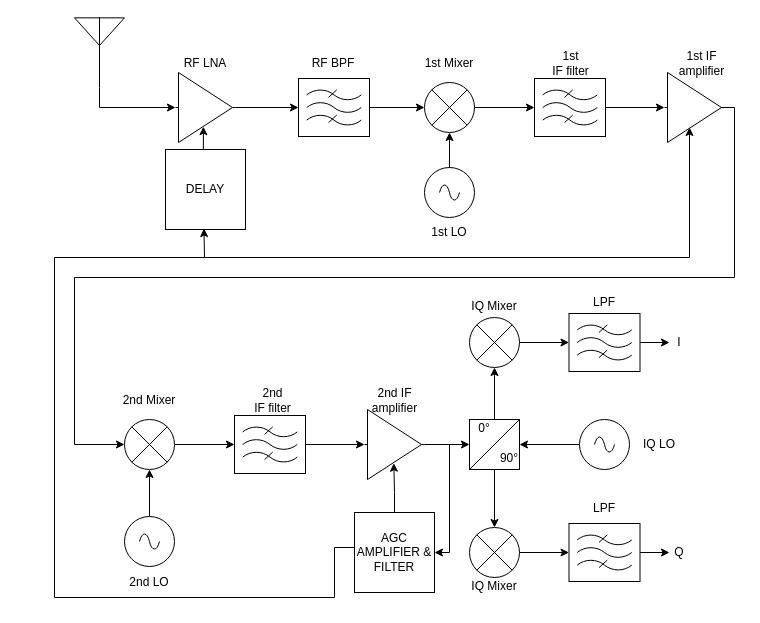
Earlier version of the draw.io diagram gitfigures/system_design/rf_front_end/superheterodynereceiver_with_agc.drawio (Niclasapdk/esd5_project). Source tidied: cells renumbered, new cells numbered last; positions are measured from the earlier drawing's top-left corner, leaving out a move shared by most shapes. Both pictures are drawn from the tidied source at 100%, with x=0, y=0 at pixel (54, 17).
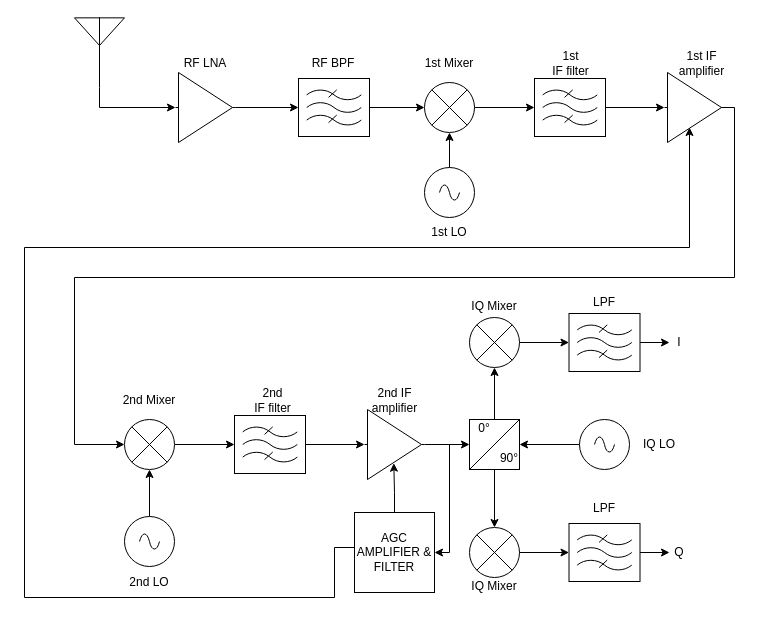
Above is the later version.

The change refers to these unchanged cells:
```xml
<mxCell id="55" style="verticalLabelPosition=bottom;shadow=0;dashed=0;align=center;html=1;verticalAlign=top;shape=mxgraph.electrical.abstract.amplifier;" parent="54" vertex="1">
  <mxGeometry y="24" width="60" height="70" as="geometry" />
</mxCell>
```

Diff of the diagram source:
```diff
@@
     <mxCell id="60" style="edgeStyle=orthogonalEdgeStyle;rounded=0;orthogonalLoop=1;jettySize=auto;html=1;exitX=0;exitY=0.5;exitDx=0;exitDy=0;" parent="1" edge="1">
       <mxGeometry relative="1" as="geometry">
         <mxPoint x="300" y="521" as="sourcePoint" />
         <mxPoint x="635" y="110" as="targetPoint" />
         <Array as="points">
           <mxPoint x="300" y="530" />
           <mxPoint x="280" y="530" />
           <mxPoint x="280" y="580" />
-          <mxPoint y="580" />
-          <mxPoint y="240" />
-          <mxPoint x="635" y="240" />
+          <mxPoint x="-30" y="580" />
+          <mxPoint x="-30" y="230" />
+          <mxPoint x="635" y="230" />
         </Array>
       </mxGeometry>
     </mxCell>
@@
-    <mxCell id="62" value="DELAY" style="whiteSpace=wrap;html=1;" parent="1" vertex="1">
-      <mxGeometry x="111" y="132" width="80" height="80" as="geometry" />
-    </mxCell>
@@
-    <mxCell id="64" style="endArrow=classic;html=1;rounded=0;entryX=0.481;entryY=0.988;entryDx=0;entryDy=0;entryPerimeter=0;" parent="1" edge="1" target="62">
-      <mxGeometry relative="1" as="geometry">
-        <mxPoint x="150" y="240" as="sourcePoint" />
-      </mxGeometry>
-    </mxCell>
-    <mxCell id="65" style="edgeStyle=orthogonalEdgeStyle;rounded=0;jettySize=auto;html=1;exitX=0.5;exitY=0;exitDx=0;exitDy=0;entryX=0.465;entryY=0.774;entryDx=0;entryDy=0;entryPerimeter=0;" parent="1" edge="1" source="62" target="55">
-      <mxGeometry relative="1" as="geometry" />
-    </mxCell>
```
